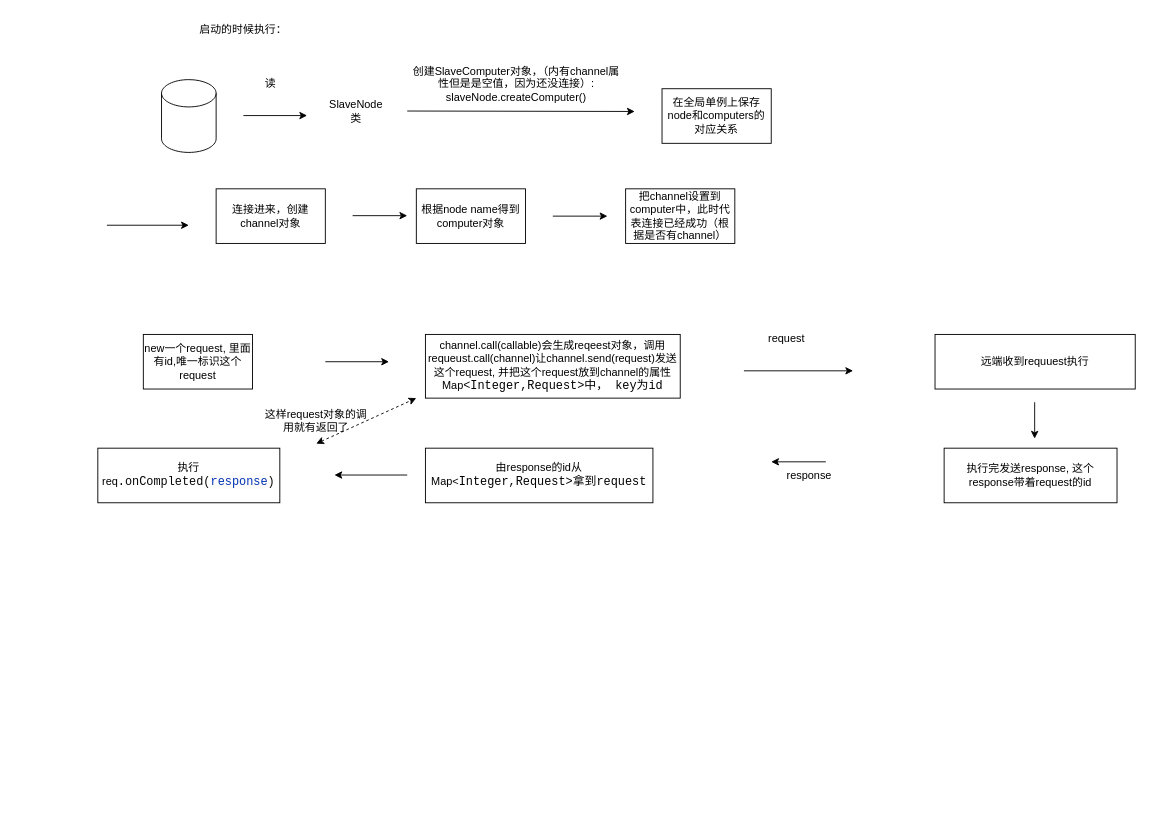
This is think.drawio from lzus/test, a draw.io file, before an edit. Source tidied: cells renumbered, new cells numbered last; positions are measured from the earlier drawing's top-left corner, leaving out a move shared by most shapes. Both pictures are drawn from the tidied source at 91%, with x=0, y=0 at pixel (97, 15).
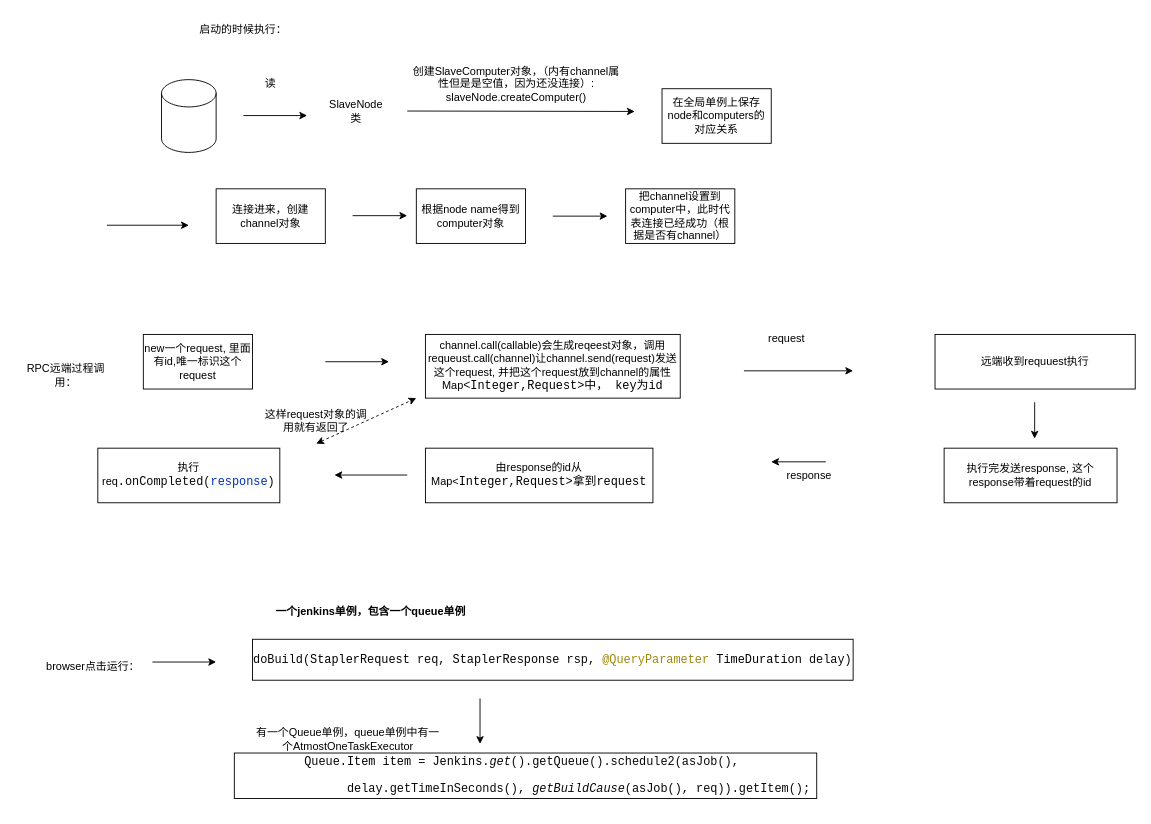
The same diagram, later.

Diff of the diagram source:
```diff
@@
+    <mxCell id="31" value="RPC远端过程调用：" style="text;html=1;strokeColor=none;fillColor=none;align=center;verticalAlign=middle;whiteSpace=wrap;rounded=0;" parent="1" vertex="1">
+      <mxGeometry x="-90" y="380" width="110" height="30" as="geometry" />
+    </mxCell>
+    <mxCell id="32" value="browser点击运行：" style="text;html=1;strokeColor=none;fillColor=none;align=center;verticalAlign=middle;whiteSpace=wrap;rounded=0;" parent="1" vertex="1">
+      <mxGeometry x="-60" y="700" width="110" height="30" as="geometry" />
+    </mxCell>
+    <mxCell id="33" style="endArrow=classic;html=1;rounded=0;" parent="1" edge="1">
+      <mxGeometry relative="1" as="geometry">
+        <mxPoint x="60" y="710" as="sourcePoint" />
+        <mxPoint x="130" y="710" as="targetPoint" />
+      </mxGeometry>
+    </mxCell>
+    <mxCell id="34" value="&lt;pre style=&quot;background-color:#ffffff;color:#080808;font-family:'JetBrains Mono',monospace;font-size:9.8pt;&quot;&gt;doBuild(&lt;span style=&quot;color:#000000;&quot;&gt;StaplerRequest &lt;/span&gt;req, &lt;span style=&quot;color:#000000;&quot;&gt;StaplerResponse &lt;/span&gt;rsp, &lt;span style=&quot;color:#9e880d;&quot;&gt;@QueryParameter &lt;/span&gt;&lt;span style=&quot;color:#000000;&quot;&gt;TimeDuration &lt;/span&gt;delay)&lt;/pre&gt;" style="rounded=0;whiteSpace=wrap;html=1;" parent="1" vertex="1">
+      <mxGeometry x="170" y="685" width="660" height="45" as="geometry" />
+    </mxCell>
+    <mxCell id="35" style="endArrow=classic;html=1;rounded=0;" parent="1" edge="1">
+      <mxGeometry relative="1" as="geometry">
+        <mxPoint x="420" y="750" as="sourcePoint" />
+        <mxPoint x="420" y="800" as="targetPoint" />
+      </mxGeometry>
+    </mxCell>
+    <mxCell id="36" value="&lt;pre style=&quot;background-color:#ffffff;color:#080808;font-family:'JetBrains Mono',monospace;font-size:9.8pt;&quot;&gt;Queue.&lt;span style=&quot;color:#000000;&quot;&gt;Item item &lt;/span&gt;= &lt;span style=&quot;color:#000000;&quot;&gt;Jenkins&lt;/span&gt;.&lt;span style=&quot;font-style:italic;&quot;&gt;get&lt;/span&gt;().getQueue().schedule2(asJob(), &lt;/pre&gt;&lt;pre style=&quot;background-color:#ffffff;color:#080808;font-family:'JetBrains Mono',monospace;font-size:9.8pt;&quot;&gt;               delay.getTimeInSeconds(), &lt;span style=&quot;font-style:italic;&quot;&gt;getBuildCause&lt;/span&gt;(asJob(), req)).getItem();&lt;/pre&gt;" style="rounded=0;whiteSpace=wrap;html=1;" parent="1" vertex="1">
+      <mxGeometry x="150" y="810" width="640" height="50" as="geometry" />
+    </mxCell>
+    <mxCell id="37" value="有一个Queue单例，queue单例中有一个AtmostOneTaskExecutor" style="text;html=1;strokeColor=none;fillColor=none;align=center;verticalAlign=middle;whiteSpace=wrap;rounded=0;" parent="1" vertex="1">
+      <mxGeometry x="170" y="780" width="210" height="30" as="geometry" />
+    </mxCell>
+    <mxCell id="38" value="&lt;b&gt;一个jenkins单例，包含一个queue单例&lt;/b&gt;" style="text;html=1;strokeColor=none;fillColor=none;align=center;verticalAlign=middle;whiteSpace=wrap;rounded=0;" parent="1" vertex="1">
+      <mxGeometry x="160" y="640" width="280" height="30" as="geometry" />
+    </mxCell>
```
